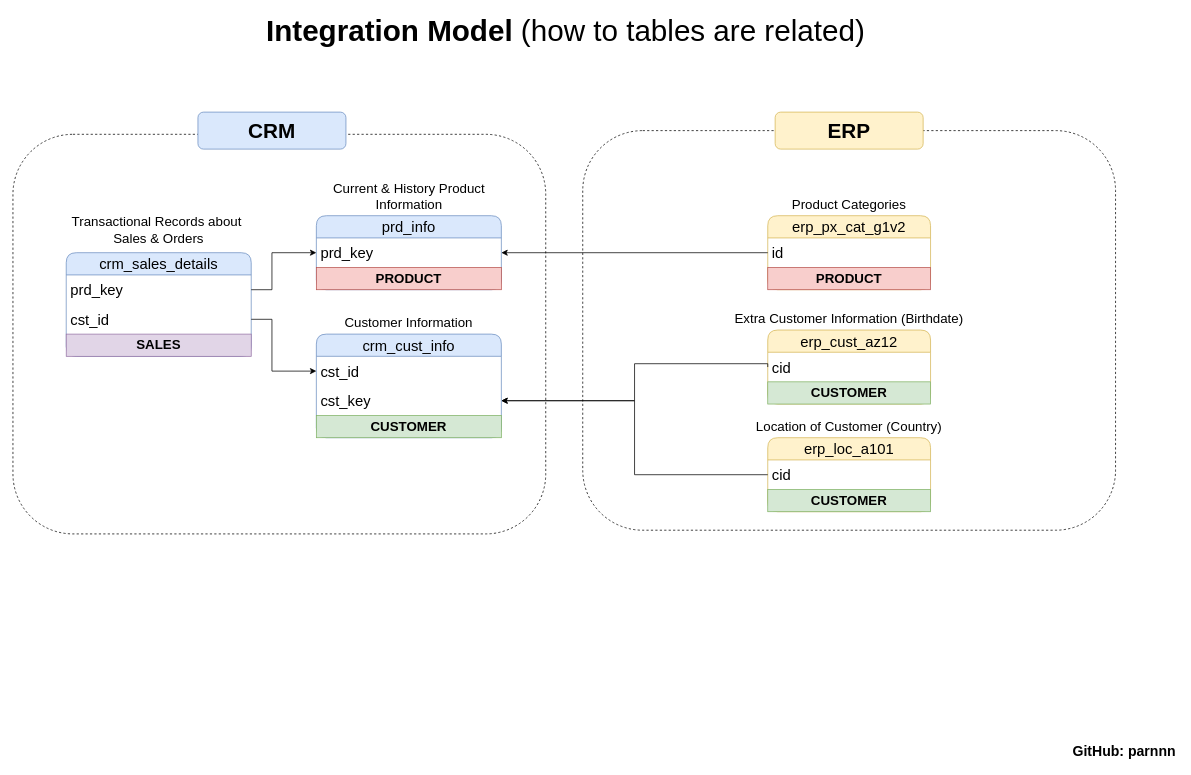
Earlier version of the draw.io diagram docs/data_integration.drawio (parnnn/sql-data-warehouse-project). Source tidied: cells renumbered, new cells numbered last; positions are measured from the earlier drawing's top-left corner, leaving out a move shared by most shapes. Both pictures are drawn from the tidied source at 74%, with x=0, y=0 at pixel (13, 16).
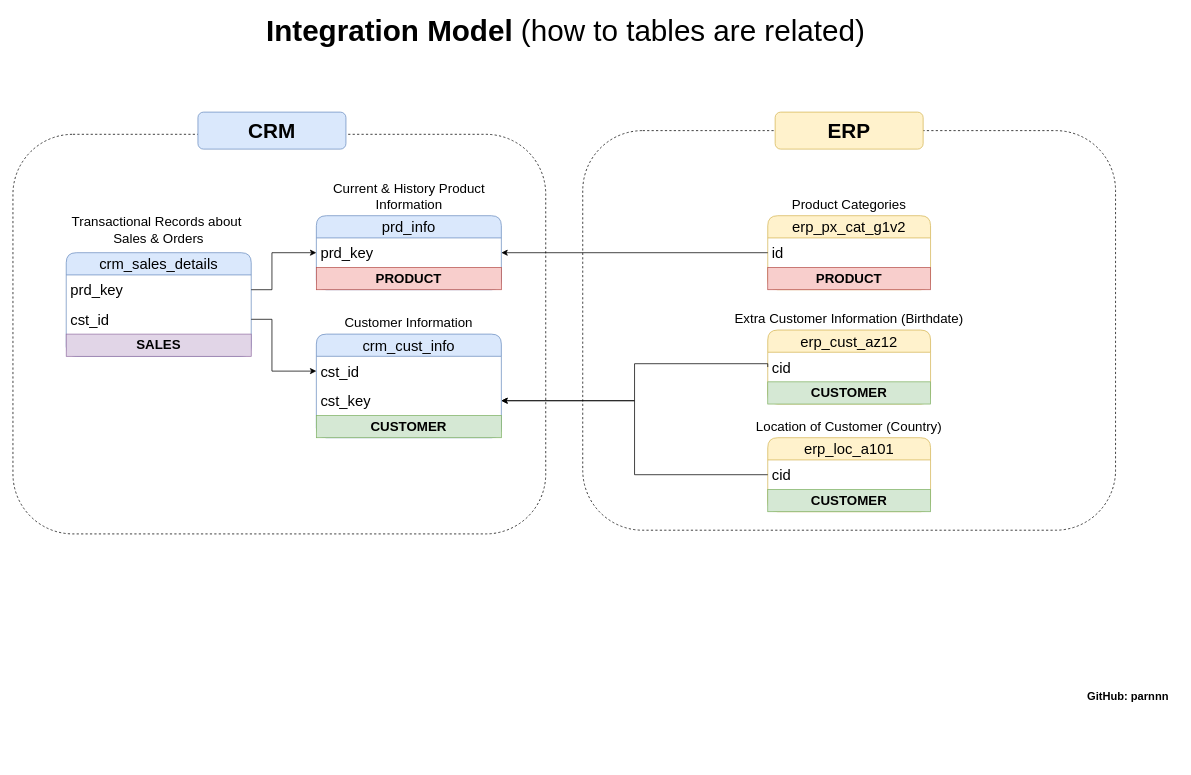
The same page after the edit.

Diff of the diagram source:
```diff
@@
-    <mxCell id="38" value="&lt;b&gt;&lt;font&gt;GitHub: parnnn&lt;/font&gt;&lt;/b&gt;" style="text;html=1;whiteSpace=wrap;strokeColor=none;fillColor=none;align=center;verticalAlign=middle;rounded=0;fontStyle=0;fontSize=19;" parent="1" vertex="1">
-      <mxGeometry x="1430" y="979" width="144" height="30" as="geometry" />
+    <mxCell id="38" value="&lt;b&gt;&lt;font style=&quot;font-size: 15px;&quot;&gt;GitHub: parnnn&lt;/font&gt;&lt;/b&gt;" style="text;html=1;whiteSpace=wrap;strokeColor=none;fillColor=none;align=center;verticalAlign=middle;rounded=0;fontStyle=0;" parent="1" vertex="1">
+      <mxGeometry x="1442" y="904" width="130" height="30" as="geometry" />
     </mxCell>
```
